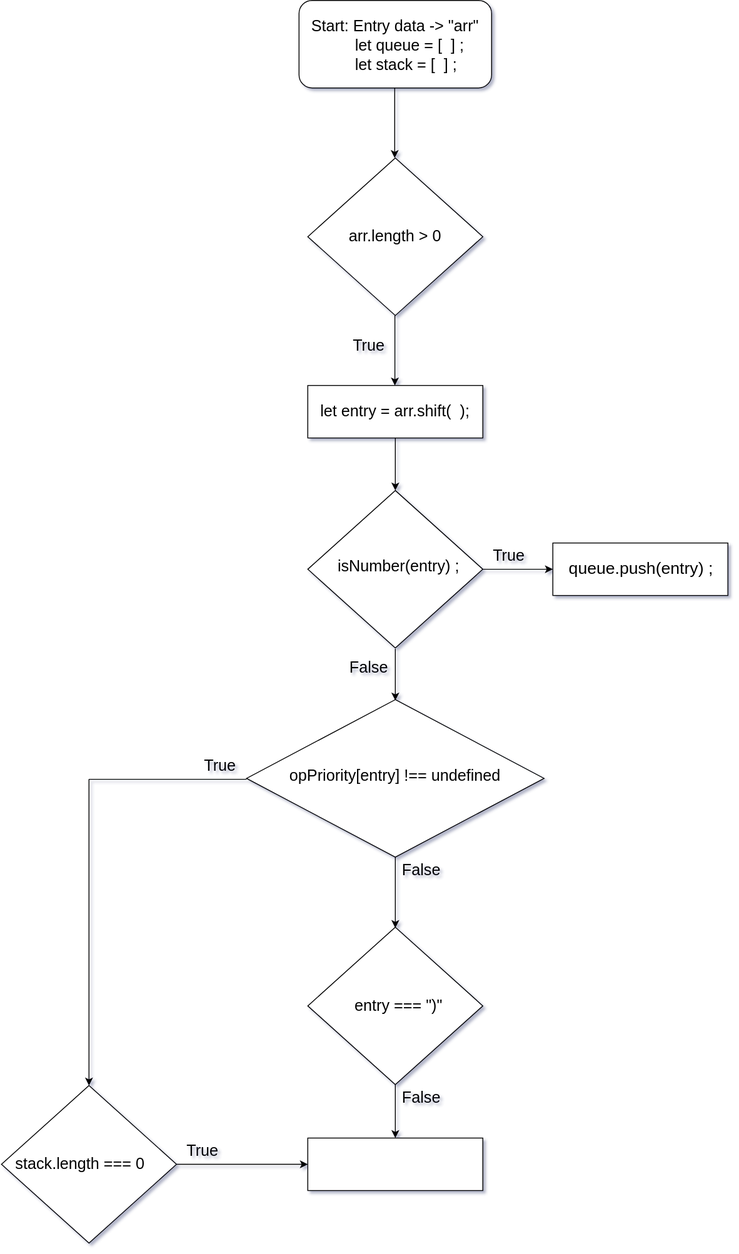
Above: Untitled Diagram.drawio.svg in jcgm3205/jcgm3205 (draw.io), before the change. Source tidied: cells renumbered, new cells last; positions are measured from the earlier drawing's top-left corner, leaving out a move shared by most shapes.
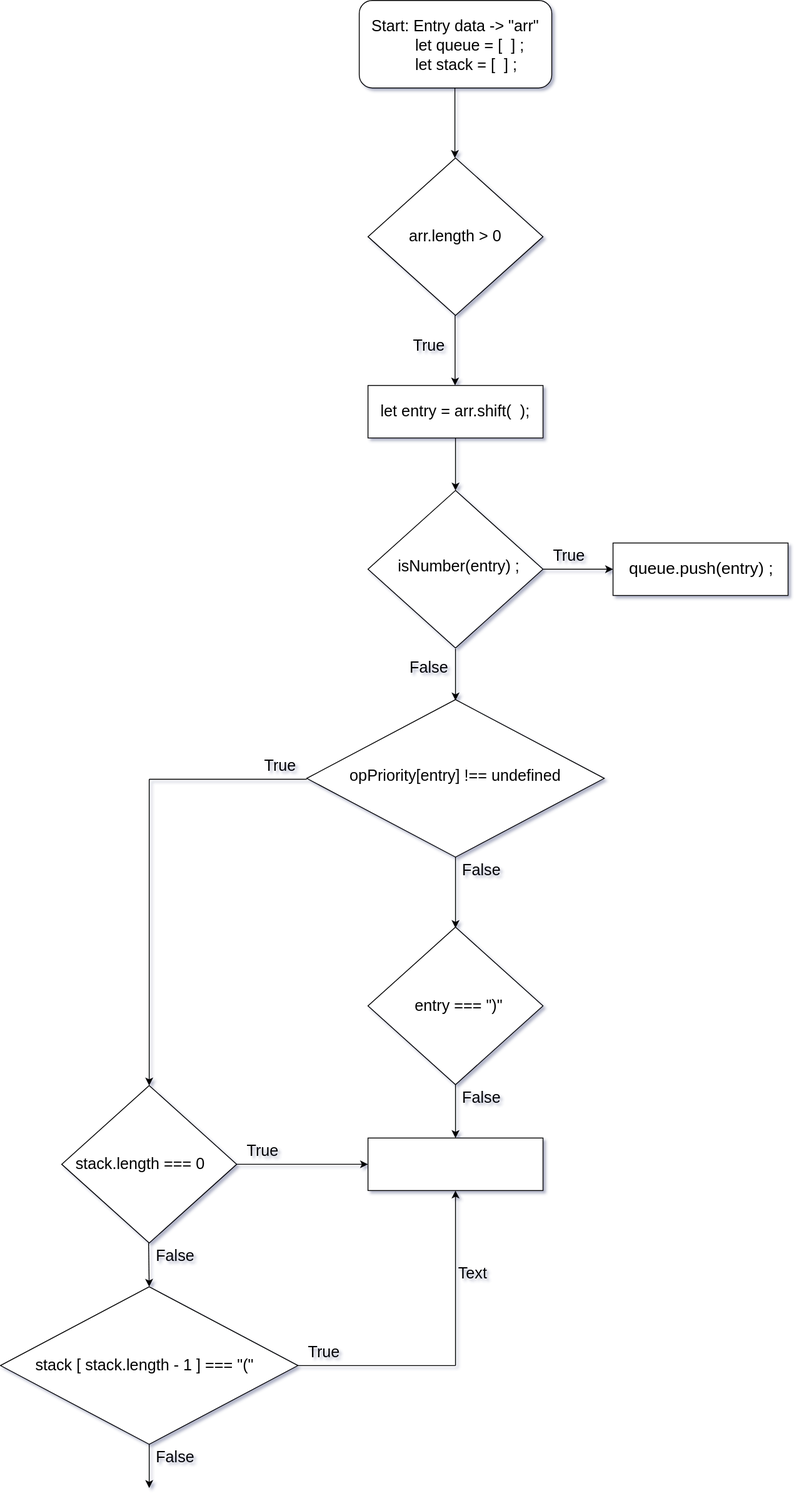
After the commit.

The edit, as a diff of the source:
```diff
@@ -132,5 +132,44 @@
         <mxPoint x="100" y="890" as="targetPoint" />
       </mxGeometry>
     </mxCell>
+    <mxCell id="36" style="rhombus;whiteSpace=wrap;html=1;fontSize=14;" parent="1" vertex="1">
+      <mxGeometry x="-70" y="1470" width="340" height="180" as="geometry" />
+    </mxCell>
+    <mxCell id="37" style="endArrow=classic;html=1;rounded=0;fontSize=18;entryX=0.5;entryY=0;entryDx=0;entryDy=0;" parent="1" edge="1" target="36">
+      <mxGeometry relative="1" as="geometry">
+        <mxPoint x="99.3" y="1420" as="sourcePoint" />
+      </mxGeometry>
+    </mxCell>
+    <mxCell id="38" value="False" style="text;html=1;strokeColor=none;fillColor=none;align=center;verticalAlign=middle;whiteSpace=wrap;rounded=0;fontSize=18;" parent="1" vertex="1">
+      <mxGeometry x="100" y="1650" width="60" height="30" as="geometry" />
+    </mxCell>
+    <mxCell id="39" style="endArrow=classic;html=1;rounded=0;fontSize=18;entryX=0.5;entryY=1;entryDx=0;entryDy=0;" parent="1" edge="1" target="29">
+      <mxGeometry relative="1" as="geometry">
+        <mxPoint x="450" y="1560" as="sourcePoint" />
+      </mxGeometry>
+    </mxCell>
+    <mxCell id="40" style="endArrow=none;html=1;rounded=0;fontSize=18;" parent="1" edge="1">
+      <mxGeometry relative="1" as="geometry">
+        <mxPoint x="270" y="1560" as="sourcePoint" />
+        <mxPoint x="450" y="1560" as="targetPoint" />
+      </mxGeometry>
+    </mxCell>
+    <mxCell id="41" value="True" style="text;html=1;strokeColor=none;fillColor=none;align=center;verticalAlign=middle;whiteSpace=wrap;rounded=0;fontSize=18;" parent="1" vertex="1">
+      <mxGeometry x="270" y="1530" width="60" height="30" as="geometry" />
+    </mxCell>
+    <mxCell id="42" value="Text" style="text;html=1;strokeColor=none;fillColor=none;align=center;verticalAlign=middle;whiteSpace=wrap;rounded=0;fontSize=18;" parent="1" vertex="1">
+      <mxGeometry x="440" y="1440" width="60" height="30" as="geometry" />
+    </mxCell>
+    <mxCell id="43" value="stack [ stack.length - 1 ] === &quot;(&quot;" style="text;html=1;strokeColor=none;fillColor=none;align=center;verticalAlign=middle;whiteSpace=wrap;rounded=0;fontSize=18;" parent="1" vertex="1">
+      <mxGeometry x="-40" y="1530" width="270" height="60" as="geometry" />
+    </mxCell>
+    <mxCell id="44" style="endArrow=classic;html=1;rounded=0;fontSize=18;exitX=0.5;exitY=1;exitDx=0;exitDy=0;" parent="1" edge="1" source="36">
+      <mxGeometry relative="1" as="geometry">
+        <mxPoint x="100" y="1700" as="targetPoint" />
+      </mxGeometry>
+    </mxCell>
+    <mxCell id="45" value="False" style="text;html=1;strokeColor=none;fillColor=none;align=center;verticalAlign=middle;whiteSpace=wrap;rounded=0;fontSize=18;" parent="1" vertex="1">
+      <mxGeometry x="100" y="1420" width="60" height="30" as="geometry" />
+    </mxCell>
   </root>
 </mxGraphModel>
```
